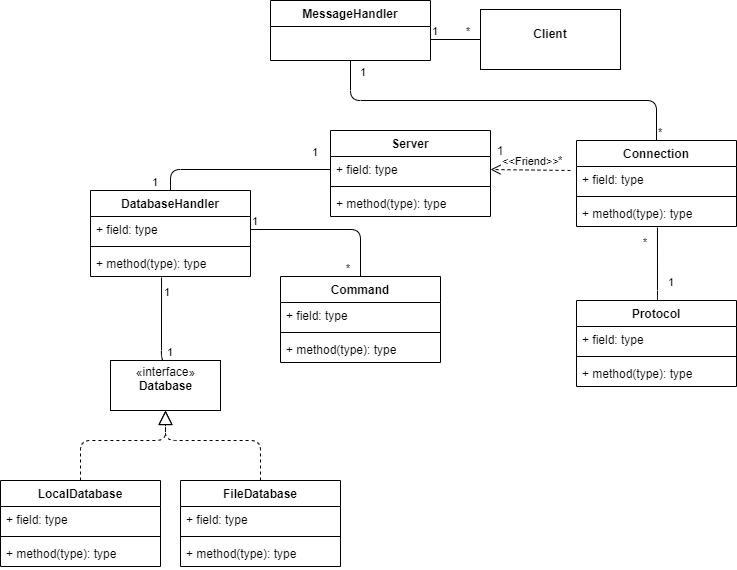
The draw.io diagram UML.png in JonathanBenitez/EDAF50-projekt, before a commit. Source tidied: cells renumbered, new cells last; positions are measured from the earlier drawing's top-left corner, leaving out a move shared by most shapes.
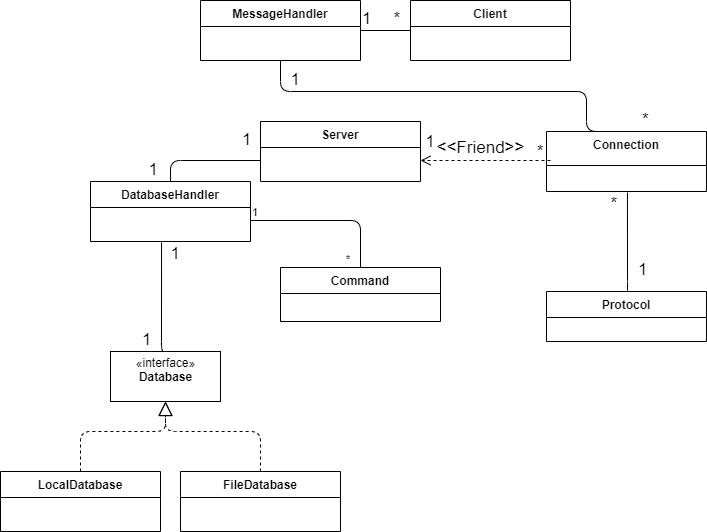
Later version of the same file.

What changed in the source:
```diff
@@ -3,146 +3,91 @@
     <mxCell id="0" />
     <mxCell id="1" parent="0" />
     <mxCell id="2" value="«interface»&lt;br&gt;&lt;b&gt;Database&lt;br&gt;&lt;br&gt;&lt;/b&gt;" style="html=1;" parent="1" vertex="1">
-      <mxGeometry x="110" y="360" width="110" height="50" as="geometry" />
+      <mxGeometry x="180" y="360" width="110" height="50" as="geometry" />
     </mxCell>
     <mxCell id="3" value="LocalDatabase&#10;" style="swimlane;fontStyle=1;align=center;verticalAlign=top;horizontal=1;startSize=26;" parent="1" vertex="1">
-      <mxGeometry y="480" width="160" height="86" as="geometry" />
+      <mxGeometry x="70" y="480" width="160" height="60" as="geometry" />
     </mxCell>
-    <mxCell id="4" value="+ field: type" style="text;strokeColor=none;fillColor=none;align=left;verticalAlign=top;spacingLeft=4;spacingRight=4;overflow=hidden;" parent="3" vertex="1">
-      <mxGeometry y="26" width="160" height="26" as="geometry" />
-    </mxCell>
-    <mxCell id="5" style="line;strokeWidth=1;fillColor=none;align=left;verticalAlign=middle;spacingTop=-1;spacingLeft=3;spacingRight=3;labelPosition=right;" parent="3" vertex="1">
-      <mxGeometry y="52" width="160" height="8" as="geometry" />
-    </mxCell>
-    <mxCell id="6" value="+ method(type): type" style="text;strokeColor=none;fillColor=none;align=left;verticalAlign=top;spacingLeft=4;spacingRight=4;overflow=hidden;" parent="3" vertex="1">
-      <mxGeometry y="60" width="160" height="26" as="geometry" />
-    </mxCell>
     <mxCell id="7" value="FileDatabase&#10;" style="swimlane;fontStyle=1;align=center;verticalAlign=top;horizontal=1;startSize=26;" parent="1" vertex="1">
-      <mxGeometry x="180" y="480" width="160" height="86" as="geometry" />
+      <mxGeometry x="250" y="480" width="160" height="60" as="geometry" />
     </mxCell>
-    <mxCell id="8" value="+ field: type" style="text;strokeColor=none;fillColor=none;align=left;verticalAlign=top;spacingLeft=4;spacingRight=4;overflow=hidden;" parent="7" vertex="1">
-      <mxGeometry y="26" width="160" height="26" as="geometry" />
-    </mxCell>
-    <mxCell id="9" style="line;strokeWidth=1;fillColor=none;align=left;verticalAlign=middle;spacingTop=-1;spacingLeft=3;spacingRight=3;labelPosition=right;" parent="7" vertex="1">
-      <mxGeometry y="52" width="160" height="8" as="geometry" />
-    </mxCell>
-    <mxCell id="10" value="+ method(type): type" style="text;strokeColor=none;fillColor=none;align=left;verticalAlign=top;spacingLeft=4;spacingRight=4;overflow=hidden;" parent="7" vertex="1">
-      <mxGeometry y="60" width="160" height="26" as="geometry" />
-    </mxCell>
     <mxCell id="11" style="endArrow=block;dashed=1;endFill=0;endSize=12;html=1;exitX=0.5;exitY=0;exitDx=0;exitDy=0;entryX=0.5;entryY=1;entryDx=0;entryDy=0;" parent="1" edge="1" source="3" target="2">
       <mxGeometry relative="1" as="geometry">
         <Array as="points">
-          <mxPoint x="80" y="440" />
-          <mxPoint x="165" y="440" />
+          <mxPoint x="150" y="440" />
+          <mxPoint x="235" y="440" />
         </Array>
       </mxGeometry>
     </mxCell>
     <mxCell id="12" style="endArrow=block;dashed=1;endFill=0;endSize=12;html=1;entryX=0.5;entryY=1;entryDx=0;entryDy=0;exitX=0.5;exitY=0;exitDx=0;exitDy=0;" parent="1" edge="1" source="7" target="2">
       <mxGeometry relative="1" as="geometry">
         <Array as="points">
-          <mxPoint x="260" y="440" />
-          <mxPoint x="165" y="440" />
+          <mxPoint x="330" y="440" />
+          <mxPoint x="235" y="440" />
         </Array>
       </mxGeometry>
     </mxCell>
     <mxCell id="13" value="Command" style="swimlane;fontStyle=1;align=center;verticalAlign=top;horizontal=1;startSize=26;" parent="1" vertex="1">
-      <mxGeometry x="280" y="276" width="160" height="86" as="geometry" />
+      <mxGeometry x="350" y="276" width="160" height="54" as="geometry" />
     </mxCell>
-    <mxCell id="14" value="+ field: type" style="text;strokeColor=none;fillColor=none;align=left;verticalAlign=top;spacingLeft=4;spacingRight=4;overflow=hidden;" parent="13" vertex="1">
-      <mxGeometry y="26" width="160" height="26" as="geometry" />
-    </mxCell>
-    <mxCell id="15" style="line;strokeWidth=1;fillColor=none;align=left;verticalAlign=middle;spacingTop=-1;spacingLeft=3;spacingRight=3;labelPosition=right;" parent="13" vertex="1">
-      <mxGeometry y="52" width="160" height="8" as="geometry" />
-    </mxCell>
-    <mxCell id="16" value="+ method(type): type" style="text;strokeColor=none;fillColor=none;align=left;verticalAlign=top;spacingLeft=4;spacingRight=4;overflow=hidden;" parent="13" vertex="1">
-      <mxGeometry y="60" width="160" height="26" as="geometry" />
-    </mxCell>
     <mxCell id="17" value="DatabaseHandler" style="swimlane;fontStyle=1;align=center;verticalAlign=top;horizontal=1;startSize=26;" parent="1" vertex="1">
-      <mxGeometry x="90" y="190" width="160" height="86" as="geometry" />
+      <mxGeometry x="160" y="190" width="160" height="60" as="geometry" />
     </mxCell>
-    <mxCell id="18" value="+ field: type" style="text;strokeColor=none;fillColor=none;align=left;verticalAlign=top;spacingLeft=4;spacingRight=4;overflow=hidden;points=[[0,0.5],[1,0.5]];portConstraint=eastwest;" parent="17" vertex="1">
-      <mxGeometry y="26" width="160" height="26" as="geometry" />
-    </mxCell>
-    <mxCell id="19" style="line;strokeWidth=1;fillColor=none;align=left;verticalAlign=middle;spacingTop=-1;spacingLeft=3;spacingRight=3;labelPosition=right;" parent="17" vertex="1">
-      <mxGeometry y="52" width="160" height="8" as="geometry" />
-    </mxCell>
-    <mxCell id="20" value="+ method(type): type" style="text;strokeColor=none;fillColor=none;align=left;verticalAlign=top;spacingLeft=4;spacingRight=4;overflow=hidden;points=[[0,0.5],[1,0.5]];portConstraint=eastwest;" parent="17" vertex="1">
-      <mxGeometry y="60" width="160" height="26" as="geometry" />
-    </mxCell>
     <mxCell id="21" value="MessageHandler" style="swimlane;fontStyle=1;align=center;verticalAlign=top;horizontal=1;startSize=26;" parent="1" vertex="1">
-      <mxGeometry x="270" width="160" height="60" as="geometry" />
+      <mxGeometry x="270" y="9" width="160" height="60" as="geometry" />
     </mxCell>
     <mxCell id="22" value="Server&#10;" style="swimlane;fontStyle=1;align=center;verticalAlign=top;horizontal=1;startSize=26;" parent="1" vertex="1">
-      <mxGeometry x="330" y="130" width="160" height="86" as="geometry" />
+      <mxGeometry x="330" y="130" width="160" height="60" as="geometry" />
     </mxCell>
-    <mxCell id="23" value="+ field: type" style="text;strokeColor=none;fillColor=none;align=left;verticalAlign=top;spacingLeft=4;spacingRight=4;overflow=hidden;points=[[0,0.5],[1,0.5]];portConstraint=eastwest;" parent="22" vertex="1">
-      <mxGeometry y="26" width="160" height="26" as="geometry" />
-    </mxCell>
-    <mxCell id="24" style="line;strokeWidth=1;fillColor=none;align=left;verticalAlign=middle;spacingTop=-1;spacingLeft=3;spacingRight=3;labelPosition=right;" parent="22" vertex="1">
-      <mxGeometry y="52" width="160" height="8" as="geometry" />
-    </mxCell>
-    <mxCell id="25" value="+ method(type): type" style="text;strokeColor=none;fillColor=none;align=left;verticalAlign=top;spacingLeft=4;spacingRight=4;overflow=hidden;" parent="22" vertex="1">
-      <mxGeometry y="60" width="160" height="26" as="geometry" />
-    </mxCell>
-    <mxCell id="26" value="Connection" style="swimlane;fontStyle=1;align=center;verticalAlign=top;horizontal=1;startSize=26;" parent="1" vertex="1">
-      <mxGeometry x="576" y="140" width="160" height="86" as="geometry" />
+    <mxCell id="26" value="Connection" style="swimlane;fontStyle=1;align=center;verticalAlign=top;horizontal=1;startSize=34;" parent="1" vertex="1">
+      <mxGeometry x="616" y="140" width="160" height="60" as="geometry" />
     </mxCell>
-    <mxCell id="27" value="+ field: type" style="text;strokeColor=none;fillColor=none;align=left;verticalAlign=top;spacingLeft=4;spacingRight=4;overflow=hidden;" parent="26" vertex="1">
-      <mxGeometry y="26" width="160" height="26" as="geometry" />
-    </mxCell>
-    <mxCell id="28" style="line;strokeWidth=1;fillColor=none;align=left;verticalAlign=middle;spacingTop=-1;spacingLeft=3;spacingRight=3;labelPosition=right;" parent="26" vertex="1">
-      <mxGeometry y="52" width="160" height="8" as="geometry" />
-    </mxCell>
-    <mxCell id="29" value="+ method(type): type" style="text;strokeColor=none;fillColor=none;align=left;verticalAlign=top;spacingLeft=4;spacingRight=4;overflow=hidden;points=[[0,0.5],[1,0.5]];portConstraint=eastwest;" parent="26" vertex="1">
-      <mxGeometry y="60" width="160" height="26" as="geometry" />
-    </mxCell>
-    <mxCell id="30" value="&amp;lt;&amp;lt;Friend&amp;gt;&amp;gt;" style="html=1;verticalAlign=bottom;endArrow=open;dashed=1;endSize=8;exitX=0.75;exitY=1;exitDx=0;exitDy=0;entryX=1;entryY=0.5;entryDx=0;entryDy=0;" parent="1" edge="1" source="39" target="23">
-      <mxGeometry relative="1" as="geometry" />
+    <mxCell id="30" value="&lt;font style=&quot;font-size: 17px&quot;&gt;&amp;lt;&amp;lt;Friend&amp;gt;&amp;gt;&lt;/font&gt;" style="html=1;verticalAlign=bottom;endArrow=open;dashed=1;endSize=8;" parent="1" edge="1">
+      <mxGeometry x="0.08" relative="1" as="geometry">
+        <mxPoint x="620" y="169" as="sourcePoint" />
+        <mxPoint x="490" y="169" as="targetPoint" />
+      </mxGeometry>
     </mxCell>
     <mxCell id="31" value="Protocol&#10;" style="swimlane;fontStyle=1;align=center;verticalAlign=top;horizontal=1;startSize=26;" parent="1" vertex="1">
-      <mxGeometry x="576" y="300" width="160" height="86" as="geometry" />
+      <mxGeometry x="616" y="300" width="160" height="50" as="geometry" />
     </mxCell>
-    <mxCell id="32" value="+ field: type" style="text;strokeColor=none;fillColor=none;align=left;verticalAlign=top;spacingLeft=4;spacingRight=4;overflow=hidden;" parent="31" vertex="1">
-      <mxGeometry y="26" width="160" height="26" as="geometry" />
-    </mxCell>
-    <mxCell id="33" style="line;strokeWidth=1;fillColor=none;align=left;verticalAlign=middle;spacingTop=-1;spacingLeft=3;spacingRight=3;labelPosition=right;" parent="31" vertex="1">
-      <mxGeometry y="52" width="160" height="8" as="geometry" />
-    </mxCell>
-    <mxCell id="34" value="+ method(type): type" style="text;strokeColor=none;fillColor=none;align=left;verticalAlign=top;spacingLeft=4;spacingRight=4;overflow=hidden;" parent="31" vertex="1">
-      <mxGeometry y="60" width="160" height="26" as="geometry" />
-    </mxCell>
-    <mxCell id="35" style="endArrow=none;html=1;edgeStyle=orthogonalEdgeStyle;entryX=0.5;entryY=0;entryDx=0;entryDy=0;exitX=0;exitY=0.5;exitDx=0;exitDy=0;" parent="1" edge="1" source="23" target="17">
-      <mxGeometry relative="1" as="geometry" />
+    <mxCell id="35" style="endArrow=none;html=1;edgeStyle=orthogonalEdgeStyle;entryX=0.5;entryY=0;entryDx=0;entryDy=0;" parent="1" edge="1" target="17">
+      <mxGeometry relative="1" as="geometry">
+        <mxPoint x="330" y="169" as="sourcePoint" />
+      </mxGeometry>
     </mxCell>
-    <mxCell id="36" value="1" style="edgeLabel;html=1;align=left;verticalAlign=bottom;" parent="35" vertex="1">
+    <mxCell id="36" value="&lt;font style=&quot;font-size: 17px&quot;&gt;1&lt;/font&gt;" style="edgeLabel;html=1;align=left;verticalAlign=bottom;" parent="35" vertex="1">
       <mxGeometry x="-1" relative="1" as="geometry">
         <mxPoint x="-20" y="-9" as="offset" />
       </mxGeometry>
     </mxCell>
-    <mxCell id="37" value="1" style="edgeLabel;html=1;align=right;verticalAlign=bottom;" parent="35" vertex="1">
+    <mxCell id="37" value="&lt;font style=&quot;font-size: 17px&quot;&gt;1&lt;/font&gt;" style="edgeLabel;html=1;align=right;verticalAlign=bottom;" parent="35" vertex="1">
       <mxGeometry x="1" relative="1" as="geometry">
         <mxPoint x="-12" as="offset" />
       </mxGeometry>
     </mxCell>
-    <mxCell id="38" value="1" style="text;html=1;strokeColor=none;fillColor=none;align=center;verticalAlign=middle;whiteSpace=wrap;rounded=0;" parent="1" vertex="1">
+    <mxCell id="38" value="&lt;font style=&quot;font-size: 17px&quot;&gt;1&lt;/font&gt;" style="text;html=1;strokeColor=none;fillColor=none;align=center;verticalAlign=middle;whiteSpace=wrap;rounded=0;" parent="1" vertex="1">
       <mxGeometry x="480" y="140" width="40" height="20" as="geometry" />
     </mxCell>
-    <mxCell id="39" value="*" style="text;html=1;strokeColor=none;fillColor=none;align=center;verticalAlign=middle;whiteSpace=wrap;rounded=0;" parent="1" vertex="1">
-      <mxGeometry x="540" y="150" width="40" height="20" as="geometry" />
+    <mxCell id="39" value="&lt;font style=&quot;font-size: 17px&quot;&gt;*&lt;/font&gt;" style="text;html=1;strokeColor=none;fillColor=none;align=center;verticalAlign=middle;whiteSpace=wrap;rounded=0;" parent="1" vertex="1">
+      <mxGeometry x="590" y="150" width="40" height="20" as="geometry" />
     </mxCell>
-    <mxCell id="40" style="endArrow=none;html=1;edgeStyle=orthogonalEdgeStyle;exitX=0.5;exitY=0;exitDx=0;exitDy=0;entryX=0.444;entryY=1.038;entryDx=0;entryDy=0;entryPerimeter=0;" parent="1" edge="1" source="2" target="20">
+    <mxCell id="40" style="endArrow=none;html=1;edgeStyle=orthogonalEdgeStyle;exitX=0.5;exitY=0;exitDx=0;exitDy=0;entryX=0.444;entryY=1.038;entryDx=0;entryDy=0;entryPerimeter=0;" parent="1" edge="1" source="2">
       <mxGeometry relative="1" as="geometry">
+        <mxPoint x="231" y="251" as="targetPoint" />
         <Array as="points">
-          <mxPoint x="161" y="360" />
+          <mxPoint x="231" y="360" />
         </Array>
       </mxGeometry>
     </mxCell>
-    <mxCell id="41" value="1" style="edgeLabel;html=1;align=left;verticalAlign=bottom;" parent="40" vertex="1">
-      <mxGeometry x="-1" relative="1" as="geometry" />
+    <mxCell id="41" value="&lt;font style=&quot;font-size: 17px&quot;&gt;1&lt;/font&gt;" style="edgeLabel;html=1;align=left;verticalAlign=bottom;" parent="40" vertex="1">
+      <mxGeometry x="-1" relative="1" as="geometry">
+        <mxPoint x="-25" as="offset" />
+      </mxGeometry>
     </mxCell>
-    <mxCell id="42" value="1" style="edgeLabel;html=1;align=right;verticalAlign=bottom;" parent="40" vertex="1">
+    <mxCell id="42" value="&lt;font style=&quot;font-size: 17px&quot;&gt;1&lt;/font&gt;" style="edgeLabel;html=1;align=right;verticalAlign=bottom;" parent="40" vertex="1">
       <mxGeometry x="1" relative="1" as="geometry">
-        <mxPoint x="9" y="23" as="offset" />
+        <mxPoint x="19" y="23" as="offset" />
       </mxGeometry>
     </mxCell>
     <mxCell id="43" style="endArrow=none;html=1;edgeStyle=orthogonalEdgeStyle;exitX=0.5;exitY=0;exitDx=0;exitDy=0;entryX=0.5;entryY=1;entryDx=0;entryDy=0;" parent="1" edge="1" source="26" target="21">
@@ -153,16 +98,20 @@
         </Array>
       </mxGeometry>
     </mxCell>
-    <mxCell id="44" value="*" style="edgeLabel;html=1;align=left;verticalAlign=bottom;" parent="43" vertex="1">
-      <mxGeometry x="-1" relative="1" as="geometry" />
+    <mxCell id="44" value="&lt;font style=&quot;font-size: 17px&quot;&gt;*&lt;/font&gt;" style="edgeLabel;html=1;align=left;verticalAlign=bottom;" parent="43" vertex="1">
+      <mxGeometry x="-1" relative="1" as="geometry">
+        <mxPoint x="14" as="offset" />
+      </mxGeometry>
     </mxCell>
-    <mxCell id="45" value="1" style="edgeLabel;html=1;align=right;verticalAlign=bottom;" parent="43" vertex="1">
+    <mxCell id="45" value="&lt;font style=&quot;font-size: 17px&quot;&gt;1&lt;/font&gt;" style="edgeLabel;html=1;align=right;verticalAlign=bottom;" parent="43" vertex="1">
       <mxGeometry x="1" relative="1" as="geometry">
-        <mxPoint x="16" y="20" as="offset" />
+        <mxPoint x="20" y="31" as="offset" />
       </mxGeometry>
     </mxCell>
-    <mxCell id="46" style="endArrow=none;html=1;edgeStyle=orthogonalEdgeStyle;exitX=1;exitY=0.5;exitDx=0;exitDy=0;entryX=0.5;entryY=0;entryDx=0;entryDy=0;" parent="1" edge="1" source="18" target="13">
-      <mxGeometry relative="1" as="geometry" />
+    <mxCell id="46" style="endArrow=none;html=1;edgeStyle=orthogonalEdgeStyle;exitX=1;exitY=0.5;exitDx=0;exitDy=0;entryX=0.5;entryY=0;entryDx=0;entryDy=0;" parent="1" edge="1" target="13">
+      <mxGeometry relative="1" as="geometry">
+        <mxPoint x="320" y="229" as="sourcePoint" />
+      </mxGeometry>
     </mxCell>
     <mxCell id="47" value="1" style="edgeLabel;html=1;align=left;verticalAlign=bottom;" parent="46" vertex="1">
       <mxGeometry x="-1" relative="1" as="geometry" />
@@ -172,38 +121,40 @@
         <mxPoint x="-10" as="offset" />
       </mxGeometry>
     </mxCell>
-    <mxCell id="49" style="endArrow=none;html=1;edgeStyle=orthogonalEdgeStyle;exitX=0.5;exitY=0;exitDx=0;exitDy=0;entryX=0.506;entryY=1.038;entryDx=0;entryDy=0;entryPerimeter=0;" parent="1" edge="1" source="31" target="29">
+    <mxCell id="49" style="endArrow=none;html=1;edgeStyle=orthogonalEdgeStyle;exitX=0.5;exitY=0;exitDx=0;exitDy=0;entryX=0.506;entryY=1.038;entryDx=0;entryDy=0;entryPerimeter=0;" parent="1" edge="1" source="31">
       <mxGeometry relative="1" as="geometry">
+        <mxPoint x="697" y="201" as="targetPoint" />
         <Array as="points">
-          <mxPoint x="657" y="300" />
+          <mxPoint x="697" y="300" />
         </Array>
       </mxGeometry>
     </mxCell>
-    <mxCell id="50" value="1" style="edgeLabel;html=1;align=left;verticalAlign=bottom;" parent="49" vertex="1">
+    <mxCell id="50" value="1" style="edgeLabel;html=1;align=left;verticalAlign=bottom;fontSize=17;" parent="49" vertex="1">
       <mxGeometry x="-1" relative="1" as="geometry">
         <mxPoint x="10" y="-10" as="offset" />
       </mxGeometry>
     </mxCell>
-    <mxCell id="51" value="*" style="edgeLabel;html=1;align=right;verticalAlign=bottom;" parent="49" vertex="1">
+    <mxCell id="51" value="&lt;font style=&quot;font-size: 17px&quot;&gt;*&lt;/font&gt;" style="edgeLabel;html=1;align=right;verticalAlign=bottom;" parent="49" vertex="1">
       <mxGeometry x="1" relative="1" as="geometry">
         <mxPoint x="-10" y="23" as="offset" />
       </mxGeometry>
     </mxCell>
-    <mxCell id="52" value="&lt;p style=&quot;margin: 0px ; margin-top: 4px ; text-align: center&quot;&gt;&lt;br&gt;&lt;b&gt;Client&lt;/b&gt;&lt;/p&gt;" style="verticalAlign=top;align=left;overflow=fill;fontSize=12;fontFamily=Helvetica;html=1;" parent="1" vertex="1">
-      <mxGeometry x="480" y="9" width="140" height="60" as="geometry" />
-    </mxCell>
-    <mxCell id="53" style="endArrow=none;html=1;edgeStyle=orthogonalEdgeStyle;exitX=1;exitY=0.5;exitDx=0;exitDy=0;entryX=0;entryY=0.5;entryDx=0;entryDy=0;" parent="1" edge="1" target="52">
+    <mxCell id="53" style="endArrow=none;html=1;edgeStyle=orthogonalEdgeStyle;exitX=1;exitY=0.5;exitDx=0;exitDy=0;entryX=0;entryY=0.5;entryDx=0;entryDy=0;" parent="1" edge="1">
       <mxGeometry relative="1" as="geometry">
         <mxPoint x="430" y="39" as="sourcePoint" />
+        <mxPoint x="480" y="39" as="targetPoint" />
       </mxGeometry>
     </mxCell>
-    <mxCell id="54" value="1" style="edgeLabel;html=1;align=left;verticalAlign=bottom;" parent="53" vertex="1">
+    <mxCell id="54" value="&lt;font style=&quot;font-size: 17px&quot;&gt;1&lt;/font&gt;" style="edgeLabel;html=1;align=left;verticalAlign=bottom;" parent="53" vertex="1">
       <mxGeometry x="-1" relative="1" as="geometry" />
     </mxCell>
-    <mxCell id="55" value="*" style="edgeLabel;html=1;align=right;verticalAlign=bottom;" parent="53" vertex="1">
+    <mxCell id="55" value="&lt;font style=&quot;font-size: 17px&quot;&gt;*&lt;/font&gt;" style="edgeLabel;html=1;align=right;verticalAlign=bottom;" parent="53" vertex="1">
       <mxGeometry x="1" relative="1" as="geometry">
         <mxPoint x="-10" as="offset" />
       </mxGeometry>
     </mxCell>
+    <mxCell id="52" value="Client" style="swimlane;fontStyle=1;align=center;verticalAlign=top;horizontal=1;startSize=26;" parent="1" vertex="1">
+      <mxGeometry x="480" y="9" width="160" height="60" as="geometry" />
+    </mxCell>
   </root>
 </mxGraphModel>
```
